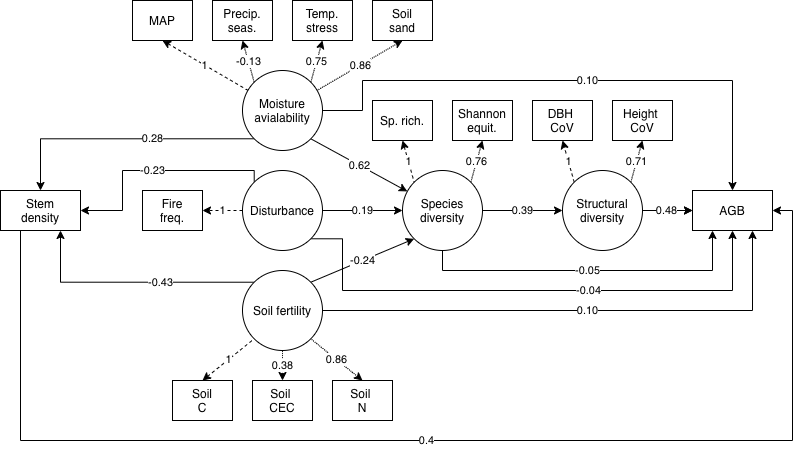
johngodlee/southern_african_befr keeps this draw.io diagram as sem_path_diag/full.png. Above is the earlier version. Source tidied: cells renumbered, new cells last; positions are measured from the earlier drawing's top-left corner, leaving out a move shared by most shapes. The source it was exported from:
```xml
<mxGraphModel>
  <root>
    <mxCell id="0" />
    <mxCell id="1" parent="0" />
    <mxCell id="2" value="0.39" style="edgeStyle=orthogonalEdgeStyle;rounded=0;jettySize=auto;html=1;fontStyle=0;exitX=1;exitY=0.5;exitDx=0;exitDy=0;" parent="1" edge="1" source="9">
      <mxGeometry relative="1" as="geometry">
        <mxPoint x="562" y="210" as="targetPoint" />
      </mxGeometry>
    </mxCell>
    <mxCell id="3" style="edgeStyle=orthogonalEdgeStyle;rounded=0;jettySize=auto;html=1;fontStyle=0;" parent="1" edge="1" target="4">
      <mxGeometry relative="1" as="geometry">
        <mxPoint x="642" y="210" as="sourcePoint" />
      </mxGeometry>
    </mxCell>
    <mxCell id="4" value="AGB" style="rounded=1;whiteSpace=wrap;html=1;fontSize=12;glass=0;strokeWidth=1;shadow=0;arcSize=0;align=center;fontStyle=0;" parent="1" vertex="1">
      <mxGeometry x="692" y="190" width="80" height="40" as="geometry" />
    </mxCell>
    <mxCell id="5" value="0.4" style="edgeStyle=orthogonalEdgeStyle;rounded=0;jettySize=auto;html=1;entryX=1;entryY=0.5;entryDx=0;entryDy=0;exitX=0.25;exitY=1;exitDx=0;exitDy=0;" parent="1" edge="1" source="6" target="4">
      <mxGeometry relative="1" as="geometry">
        <Array as="points">
          <mxPoint x="20" y="440" />
          <mxPoint x="792" y="440" />
          <mxPoint x="792" y="210" />
        </Array>
      </mxGeometry>
    </mxCell>
    <mxCell id="6" value="Stem&lt;br&gt;density" style="rounded=1;whiteSpace=wrap;html=1;fontSize=12;glass=0;strokeWidth=1;shadow=0;arcSize=0;align=center;fontStyle=0;" parent="1" vertex="1">
      <mxGeometry y="190" width="80" height="40" as="geometry" />
    </mxCell>
    <mxCell id="7" value="0.76" style="edgeStyle=none;rounded=0;jettySize=auto;html=1;exitX=1;exitY=0;exitDx=0;exitDy=0;entryX=0.5;entryY=1;entryDx=0;entryDy=0;dashed=1;dashPattern=1 1;" parent="1" edge="1" source="9" target="29">
      <mxGeometry relative="1" as="geometry" />
    </mxCell>
    <mxCell id="8" value="-0.05" style="edgeStyle=orthogonalEdgeStyle;rounded=0;jettySize=auto;html=1;exitX=0.5;exitY=1;exitDx=0;exitDy=0;entryX=0.25;entryY=1;entryDx=0;entryDy=0;startArrow=none;startFill=0;endArrow=classic;endFill=1;" parent="1" edge="1" source="9" target="4">
      <mxGeometry relative="1" as="geometry">
        <Array as="points">
          <mxPoint x="442" y="270" />
          <mxPoint x="712" y="270" />
        </Array>
      </mxGeometry>
    </mxCell>
    <mxCell id="9" value="Species&lt;br&gt;diversity" style="ellipse;whiteSpace=wrap;html=1;" parent="1" vertex="1">
      <mxGeometry x="402" y="170" width="80" height="80" as="geometry" />
    </mxCell>
    <mxCell id="10" value="1" style="rounded=0;jettySize=auto;html=1;exitX=0;exitY=0;exitDx=0;exitDy=0;entryX=0.5;entryY=1;entryDx=0;entryDy=0;dashed=1;" parent="1" edge="1" source="13" target="30">
      <mxGeometry relative="1" as="geometry" />
    </mxCell>
    <mxCell id="11" value="0.71" style="rounded=0;jettySize=auto;html=1;exitX=1;exitY=0;exitDx=0;exitDy=0;entryX=0.5;entryY=1;entryDx=0;entryDy=0;dashed=1;dashPattern=1 1;" parent="1" edge="1" source="13" target="31">
      <mxGeometry relative="1" as="geometry" />
    </mxCell>
    <mxCell id="12" value="0.48" style="edgeStyle=orthogonalEdgeStyle;rounded=0;jettySize=auto;html=1;startArrow=none;startFill=0;endArrow=classic;endFill=1;" parent="1" edge="1" source="13" target="4">
      <mxGeometry x="-0.02" relative="1" as="geometry" />
    </mxCell>
    <mxCell id="13" value="Structural&lt;br&gt;diversity" style="ellipse;whiteSpace=wrap;html=1;" parent="1" vertex="1">
      <mxGeometry x="562" y="170" width="80" height="80" as="geometry" />
    </mxCell>
    <mxCell id="14" value="-0.24" style="edgeStyle=none;rounded=0;jettySize=auto;html=1;exitX=1;exitY=0;exitDx=0;exitDy=0;entryX=0;entryY=1;entryDx=0;entryDy=0;" parent="1" edge="1" source="17" target="9">
      <mxGeometry relative="1" as="geometry" />
    </mxCell>
    <mxCell id="15" value="-0.43" style="edgeStyle=orthogonalEdgeStyle;rounded=0;jettySize=auto;html=1;entryX=0.75;entryY=1;entryDx=0;entryDy=0;exitX=0;exitY=0;exitDx=0;exitDy=0;" parent="1" edge="1" source="17" target="6">
      <mxGeometry x="-0.23" relative="1" as="geometry" />
    </mxCell>
    <mxCell id="16" value="0.10" style="edgeStyle=orthogonalEdgeStyle;rounded=0;jettySize=auto;html=1;entryX=0.75;entryY=1;entryDx=0;entryDy=0;startArrow=none;startFill=0;endArrow=classic;endFill=1;" parent="1" edge="1" source="17" target="4">
      <mxGeometry x="0.04" relative="1" as="geometry">
        <Array as="points">
          <mxPoint x="752" y="310" />
        </Array>
      </mxGeometry>
    </mxCell>
    <mxCell id="17" value="Soil fertility" style="ellipse;whiteSpace=wrap;html=1;" parent="1" vertex="1">
      <mxGeometry x="242" y="270" width="80" height="80" as="geometry" />
    </mxCell>
    <mxCell id="18" value="0.62" style="edgeStyle=none;rounded=0;jettySize=auto;html=1;exitX=1;exitY=1;exitDx=0;exitDy=0;" parent="1" edge="1" source="21" target="9">
      <mxGeometry relative="1" as="geometry" />
    </mxCell>
    <mxCell id="19" value="0.28" style="rounded=0;jettySize=auto;html=1;entryX=0.5;entryY=0;entryDx=0;entryDy=0;exitX=0;exitY=1;exitDx=0;exitDy=0;edgeStyle=orthogonalEdgeStyle;" parent="1" edge="1" source="21" target="6">
      <mxGeometry x="-0.23" relative="1" as="geometry" />
    </mxCell>
    <mxCell id="20" value="0.10" style="edgeStyle=orthogonalEdgeStyle;rounded=0;jettySize=auto;html=1;exitX=1;exitY=0.5;exitDx=0;exitDy=0;startArrow=none;startFill=0;endArrow=classic;endFill=1;entryX=0.5;entryY=0;entryDx=0;entryDy=0;" parent="1" edge="1" source="21" target="4">
      <mxGeometry x="0.07" relative="1" as="geometry">
        <Array as="points">
          <mxPoint x="362" y="110" />
          <mxPoint x="362" y="80" />
          <mxPoint x="732" y="80" />
        </Array>
      </mxGeometry>
    </mxCell>
    <mxCell id="21" value="Moisture&lt;br&gt;avialability" style="ellipse;whiteSpace=wrap;html=1;" parent="1" vertex="1">
      <mxGeometry x="242" y="70" width="80" height="80" as="geometry" />
    </mxCell>
    <mxCell id="22" value="0.19" style="edgeStyle=none;rounded=0;jettySize=auto;html=1;" parent="1" edge="1" source="26" target="9">
      <mxGeometry relative="1" as="geometry" />
    </mxCell>
    <mxCell id="23" value="-0.23" style="edgeStyle=orthogonalEdgeStyle;rounded=0;jettySize=auto;html=1;exitX=0;exitY=0;exitDx=0;exitDy=0;" parent="1" edge="1" source="26">
      <mxGeometry relative="1" as="geometry">
        <mxPoint x="80" y="210" as="targetPoint" />
        <Array as="points">
          <mxPoint x="254" y="170" />
          <mxPoint x="122" y="170" />
          <mxPoint x="122" y="210" />
        </Array>
      </mxGeometry>
    </mxCell>
    <mxCell id="24" value="1" style="edgeStyle=orthogonalEdgeStyle;rounded=0;jettySize=auto;html=1;startArrow=none;startFill=0;endArrow=classic;endFill=1;dashed=1;" parent="1" edge="1" source="26" target="44">
      <mxGeometry relative="1" as="geometry" />
    </mxCell>
    <mxCell id="25" value="-0.04" style="edgeStyle=orthogonalEdgeStyle;rounded=0;jettySize=auto;html=1;exitX=1;exitY=1;exitDx=0;exitDy=0;entryX=0.5;entryY=1;entryDx=0;entryDy=0;startArrow=none;startFill=0;endArrow=classic;endFill=1;" parent="1" edge="1" source="26" target="4">
      <mxGeometry x="0.23" relative="1" as="geometry">
        <Array as="points">
          <mxPoint x="342" y="238" />
          <mxPoint x="342" y="290" />
          <mxPoint x="732" y="290" />
        </Array>
      </mxGeometry>
    </mxCell>
    <mxCell id="26" value="Disturbance" style="ellipse;whiteSpace=wrap;html=1;" parent="1" vertex="1">
      <mxGeometry x="242" y="170" width="80" height="80" as="geometry" />
    </mxCell>
    <mxCell id="27" value="1" style="rounded=0;jettySize=auto;html=1;exitX=0.5;exitY=1;exitDx=0;exitDy=0;entryX=0;entryY=0;entryDx=0;entryDy=0;startArrow=classic;startFill=1;endArrow=none;endFill=0;dashed=1;" parent="1" edge="1" source="28" target="9">
      <mxGeometry relative="1" as="geometry" />
    </mxCell>
    <mxCell id="28" value="Sp. rich." style="rounded=1;whiteSpace=wrap;html=1;fontSize=12;glass=0;strokeWidth=1;shadow=0;arcSize=0;align=center;fontStyle=0;" parent="1" vertex="1">
      <mxGeometry x="372" y="100" width="60" height="40" as="geometry" />
    </mxCell>
    <mxCell id="29" value="Shannon equit." style="rounded=1;whiteSpace=wrap;html=1;fontSize=12;glass=0;strokeWidth=1;shadow=0;arcSize=0;align=center;fontStyle=0;" parent="1" vertex="1">
      <mxGeometry x="452" y="100" width="60" height="40" as="geometry" />
    </mxCell>
    <mxCell id="30" value="DBH &lt;br&gt;CoV" style="rounded=1;whiteSpace=wrap;html=1;fontSize=12;glass=0;strokeWidth=1;shadow=0;arcSize=0;align=center;fontStyle=0;" parent="1" vertex="1">
      <mxGeometry x="532" y="100" width="60" height="40" as="geometry" />
    </mxCell>
    <mxCell id="31" value="Height&amp;nbsp;&lt;br&gt;CoV" style="rounded=1;whiteSpace=wrap;html=1;fontSize=12;glass=0;strokeWidth=1;shadow=0;arcSize=0;align=center;fontStyle=0;" parent="1" vertex="1">
      <mxGeometry x="612" y="100" width="60" height="40" as="geometry" />
    </mxCell>
    <mxCell id="32" value="0.86" style="rounded=0;jettySize=auto;html=1;exitX=0.5;exitY=1;exitDx=0;exitDy=0;dashed=1;dashPattern=1 1;startArrow=classic;startFill=1;endArrow=none;endFill=0;" parent="1" edge="1" source="33" target="21">
      <mxGeometry relative="1" as="geometry" />
    </mxCell>
    <mxCell id="33" value="Soil&lt;br&gt;sand" style="rounded=1;whiteSpace=wrap;html=1;fontSize=12;glass=0;strokeWidth=1;shadow=0;arcSize=0;align=center;fontStyle=0;" parent="1" vertex="1">
      <mxGeometry x="372" width="60" height="40" as="geometry" />
    </mxCell>
    <mxCell id="34" value="0.75" style="rounded=0;jettySize=auto;html=1;exitX=0.5;exitY=1;exitDx=0;exitDy=0;entryX=1;entryY=0;entryDx=0;entryDy=0;dashed=1;dashPattern=1 1;startArrow=classic;startFill=1;endArrow=none;endFill=0;" parent="1" edge="1" source="35" target="21">
      <mxGeometry relative="1" as="geometry" />
    </mxCell>
    <mxCell id="35" value="Temp.&lt;br&gt;stress" style="rounded=1;whiteSpace=wrap;html=1;fontSize=12;glass=0;strokeWidth=1;shadow=0;arcSize=0;align=center;fontStyle=0;" parent="1" vertex="1">
      <mxGeometry x="292" width="60" height="40" as="geometry" />
    </mxCell>
    <mxCell id="36" value="-0.13" style="rounded=0;jettySize=auto;html=1;exitX=0.5;exitY=1;exitDx=0;exitDy=0;entryX=0;entryY=0;entryDx=0;entryDy=0;dashed=1;dashPattern=1 1;startArrow=classic;startFill=1;endArrow=none;endFill=0;" parent="1" edge="1" source="37" target="21">
      <mxGeometry relative="1" as="geometry" />
    </mxCell>
    <mxCell id="37" value="Precip.&lt;br&gt;seas." style="rounded=1;whiteSpace=wrap;html=1;fontSize=12;glass=0;strokeWidth=1;shadow=0;arcSize=0;align=center;fontStyle=0;" parent="1" vertex="1">
      <mxGeometry x="212" width="60" height="40" as="geometry" />
    </mxCell>
    <mxCell id="38" value="0.86" style="rounded=0;jettySize=auto;html=1;exitX=0.5;exitY=0;exitDx=0;exitDy=0;entryX=1;entryY=1;entryDx=0;entryDy=0;dashed=1;dashPattern=1 1;startArrow=classic;startFill=1;endArrow=none;endFill=0;" parent="1" edge="1" source="39" target="17">
      <mxGeometry relative="1" as="geometry" />
    </mxCell>
    <mxCell id="39" value="Soil&amp;nbsp;&lt;br&gt;N" style="rounded=1;whiteSpace=wrap;html=1;fontSize=12;glass=0;strokeWidth=1;shadow=0;arcSize=0;align=center;fontStyle=0;" parent="1" vertex="1">
      <mxGeometry x="332" y="380" width="60" height="40" as="geometry" />
    </mxCell>
    <mxCell id="40" value="0.38" style="rounded=0;jettySize=auto;html=1;exitX=0.5;exitY=0;exitDx=0;exitDy=0;entryX=0.5;entryY=1;entryDx=0;entryDy=0;dashed=1;dashPattern=1 1;startArrow=classic;startFill=1;endArrow=none;endFill=0;" parent="1" edge="1" source="41" target="17">
      <mxGeometry relative="1" as="geometry" />
    </mxCell>
    <mxCell id="41" value="Soil&amp;nbsp;&lt;br&gt;CEC" style="rounded=1;whiteSpace=wrap;html=1;fontSize=12;glass=0;strokeWidth=1;shadow=0;arcSize=0;align=center;fontStyle=0;" parent="1" vertex="1">
      <mxGeometry x="252" y="380" width="60" height="40" as="geometry" />
    </mxCell>
    <mxCell id="42" value="1" style="rounded=0;jettySize=auto;html=1;exitX=0.5;exitY=0;exitDx=0;exitDy=0;entryX=0;entryY=1;entryDx=0;entryDy=0;dashed=1;startArrow=classic;startFill=1;endArrow=none;endFill=0;" parent="1" edge="1" source="43" target="17">
      <mxGeometry relative="1" as="geometry" />
    </mxCell>
    <mxCell id="43" value="Soil&lt;br&gt;C" style="rounded=1;whiteSpace=wrap;html=1;fontSize=12;glass=0;strokeWidth=1;shadow=0;arcSize=0;align=center;fontStyle=0;" parent="1" vertex="1">
      <mxGeometry x="172" y="380" width="60" height="40" as="geometry" />
    </mxCell>
    <mxCell id="44" value="Fire&lt;br&gt;freq." style="rounded=1;whiteSpace=wrap;html=1;fontSize=12;glass=0;strokeWidth=1;shadow=0;arcSize=0;align=center;fontStyle=0;" parent="1" vertex="1">
      <mxGeometry x="142" y="190" width="60" height="40" as="geometry" />
    </mxCell>
    <mxCell id="45" value="1" style="rounded=0;jettySize=auto;html=1;exitX=0.5;exitY=1;exitDx=0;exitDy=0;startArrow=classic;startFill=1;endArrow=none;endFill=0;dashed=1;" parent="1" edge="1" source="46" target="21">
      <mxGeometry relative="1" as="geometry" />
    </mxCell>
    <mxCell id="46" value="MAP" style="rounded=1;whiteSpace=wrap;html=1;fontSize=12;glass=0;strokeWidth=1;shadow=0;arcSize=0;align=center;fontStyle=0;" parent="1" vertex="1">
      <mxGeometry x="132" width="60" height="40" as="geometry" />
    </mxCell>
  </root>
</mxGraphModel>
```
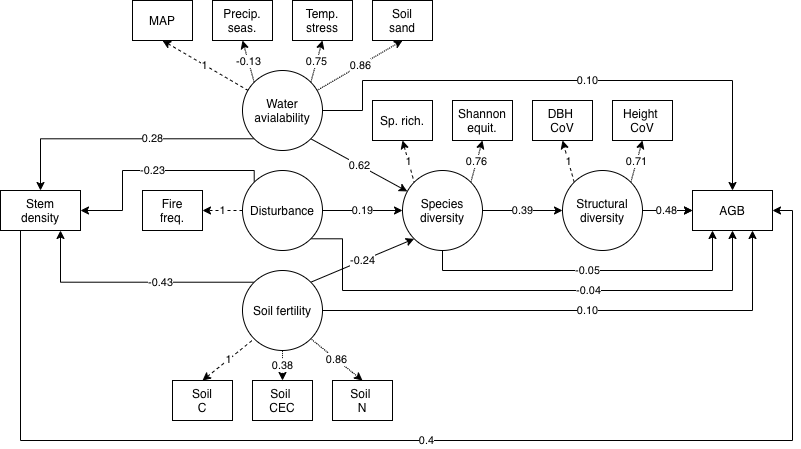
After the commit.

Diff of the diagram source:
```diff
@@ -84,7 +84,7 @@
         </Array>
       </mxGeometry>
     </mxCell>
-    <mxCell id="21" value="Moisture&lt;br&gt;avialability" style="ellipse;whiteSpace=wrap;html=1;" parent="1" vertex="1">
+    <mxCell id="21" value="Water&lt;br&gt;avialability" style="ellipse;whiteSpace=wrap;html=1;" parent="1" vertex="1">
       <mxGeometry x="242" y="70" width="80" height="80" as="geometry" />
     </mxCell>
     <mxCell id="22" value="0.19" style="edgeStyle=none;rounded=0;jettySize=auto;html=1;" parent="1" edge="1" source="26" target="9">
```
